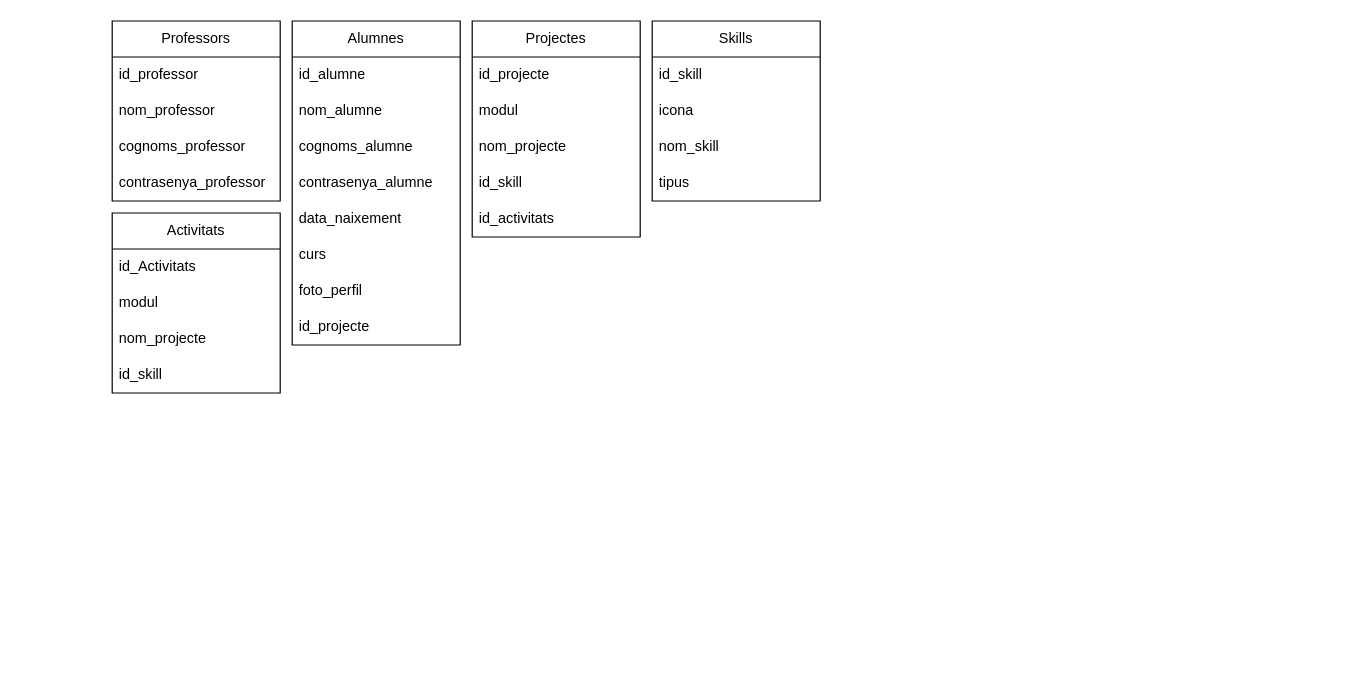
Before: Micro02-BBDD.drawio in MiguelGallardoRevaliente/Micro02, a draw.io diagram. Source tidied: cells renumbered, new cells numbered last; positions are measured from the earlier drawing's top-left corner, leaving out a move shared by most shapes. Both pictures are drawn from the tidied source at 120%, with x=0, y=0 at pixel (112, 20).
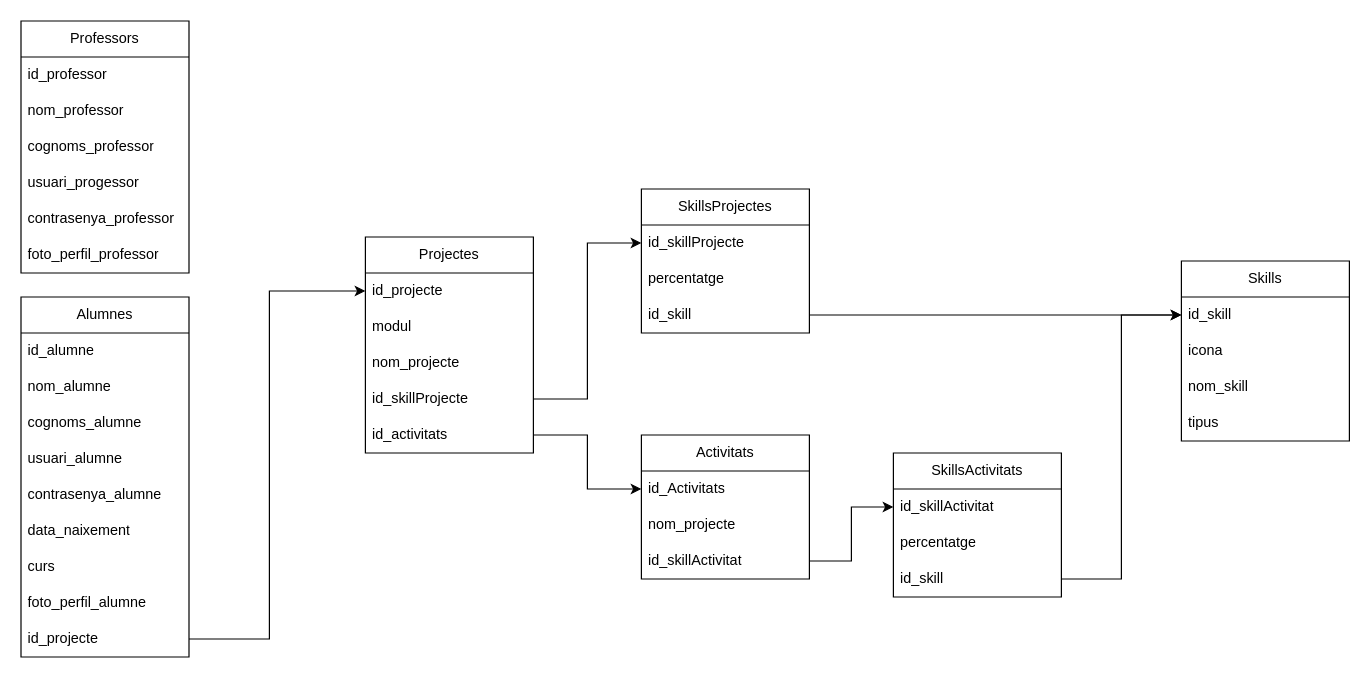
The same diagram, later.

Commit message (it also covers changes not shown here):
disseño "final" diagramas

The change refers to these unchanged cells:
```xml
<mxCell id="17" value="id_projecte" style="text;strokeColor=none;fillColor=none;align=left;verticalAlign=middle;spacingLeft=4;spacingRight=4;overflow=hidden;points=[[0,0.5],[1,0.5]];portConstraint=eastwest;whiteSpace=wrap;html=1;" parent="16" vertex="1">
  <mxGeometry y="30" width="140" height="30" as="geometry" />
</mxCell>
<mxCell id="21" value="id_activitats" style="text;strokeColor=none;fillColor=none;align=left;verticalAlign=middle;spacingLeft=4;spacingRight=4;overflow=hidden;points=[[0,0.5],[1,0.5]];portConstraint=eastwest;whiteSpace=wrap;html=1;" parent="16" vertex="1">
  <mxGeometry y="150" width="140" height="30" as="geometry" />
</mxCell>
<mxCell id="23" value="id_skill" style="text;strokeColor=none;fillColor=none;align=left;verticalAlign=middle;spacingLeft=4;spacingRight=4;overflow=hidden;points=[[0,0.5],[1,0.5]];portConstraint=eastwest;whiteSpace=wrap;html=1;" parent="22" vertex="1">
  <mxGeometry y="30" width="140" height="30" as="geometry" />
</mxCell>
<mxCell id="28" value="id_Activitats" style="text;strokeColor=none;fillColor=none;align=left;verticalAlign=middle;spacingLeft=4;spacingRight=4;overflow=hidden;points=[[0,0.5],[1,0.5]];portConstraint=eastwest;whiteSpace=wrap;html=1;" parent="27" vertex="1">
  <mxGeometry y="30" width="140" height="30" as="geometry" />
</mxCell>
```

Diff of the diagram source:
```diff
@@
     <mxCell id="2" value="Professors" style="swimlane;fontStyle=0;horizontal=1;startSize=30;whiteSpace=wrap;html=1;" parent="1" vertex="1">
-      <mxGeometry width="140" height="150" as="geometry" />
+      <mxGeometry x="-76" width="140" height="210" as="geometry" />
     </mxCell>
@@
+    <mxCell id="32" value="usuari_progessor" style="text;strokeColor=none;fillColor=none;align=left;verticalAlign=middle;spacingLeft=4;spacingRight=4;overflow=hidden;whiteSpace=wrap;html=1;" parent="2" vertex="1">
+      <mxGeometry y="120" width="140" height="30" as="geometry" />
+    </mxCell>
     <mxCell id="6" value="contrasenya_professor" style="text;strokeColor=none;fillColor=none;align=left;verticalAlign=middle;spacingLeft=4;spacingRight=4;overflow=hidden;whiteSpace=wrap;html=1;" parent="2" vertex="1">
-      <mxGeometry y="120" width="140" height="30" as="geometry" />
+      <mxGeometry y="150" width="140" height="30" as="geometry" />
     </mxCell>
+    <mxCell id="33" value="foto_perfil_professor" style="text;strokeColor=none;fillColor=none;align=left;verticalAlign=middle;spacingLeft=4;spacingRight=4;overflow=hidden;whiteSpace=wrap;html=1;" parent="2" vertex="1">
+      <mxGeometry y="180" width="140" height="30" as="geometry" />
+    </mxCell>
     <mxCell id="7" value="Alumnes" style="swimlane;fontStyle=0;horizontal=1;startSize=30;whiteSpace=wrap;html=1;" parent="1" vertex="1">
-      <mxGeometry x="150" width="140" height="270" as="geometry" />
+      <mxGeometry x="-76" y="230" width="140" height="300" as="geometry" />
     </mxCell>
@@
+    <mxCell id="34" value="usuari_alumne" style="text;strokeColor=none;fillColor=none;align=left;verticalAlign=middle;spacingLeft=4;spacingRight=4;overflow=hidden;whiteSpace=wrap;html=1;" parent="7" vertex="1">
+      <mxGeometry y="120" width="140" height="30" as="geometry" />
+    </mxCell>
     <mxCell id="11" value="contrasenya_alumne" style="text;strokeColor=none;fillColor=none;align=left;verticalAlign=middle;spacingLeft=4;spacingRight=4;overflow=hidden;whiteSpace=wrap;html=1;" parent="7" vertex="1">
-      <mxGeometry y="120" width="140" height="30" as="geometry" />
+      <mxGeometry y="150" width="140" height="30" as="geometry" />
     </mxCell>
     <mxCell id="12" value="data_naixement" style="text;strokeColor=none;fillColor=none;align=left;verticalAlign=middle;spacingLeft=4;spacingRight=4;overflow=hidden;whiteSpace=wrap;html=1;" parent="7" vertex="1">
-      <mxGeometry y="150" width="140" height="30" as="geometry" />
+      <mxGeometry y="180" width="140" height="30" as="geometry" />
     </mxCell>
     <mxCell id="13" value="curs" style="text;strokeColor=none;fillColor=none;align=left;verticalAlign=middle;spacingLeft=4;spacingRight=4;overflow=hidden;whiteSpace=wrap;html=1;" parent="7" vertex="1">
-      <mxGeometry y="180" width="140" height="30" as="geometry" />
+      <mxGeometry y="210" width="140" height="30" as="geometry" />
     </mxCell>
-    <mxCell id="14" value="foto_perfil" style="text;strokeColor=none;fillColor=none;align=left;verticalAlign=middle;spacingLeft=4;spacingRight=4;overflow=hidden;whiteSpace=wrap;html=1;" parent="7" vertex="1">
-      <mxGeometry y="210" width="140" height="30" as="geometry" />
+    <mxCell id="14" value="foto_perfil_alumne" style="text;strokeColor=none;fillColor=none;align=left;verticalAlign=middle;spacingLeft=4;spacingRight=4;overflow=hidden;whiteSpace=wrap;html=1;" parent="7" vertex="1">
+      <mxGeometry y="240" width="140" height="30" as="geometry" />
     </mxCell>
     <mxCell id="15" value="id_projecte" style="text;strokeColor=none;fillColor=none;align=left;verticalAlign=middle;spacingLeft=4;spacingRight=4;overflow=hidden;points=[[0,0.5],[1,0.5]];portConstraint=eastwest;whiteSpace=wrap;html=1;" parent="7" vertex="1">
-      <mxGeometry y="240" width="140" height="30" as="geometry" />
+      <mxGeometry y="270" width="140" height="30" as="geometry" />
     </mxCell>
     <mxCell id="16" value="Projectes" style="swimlane;fontStyle=0;horizontal=1;startSize=30;whiteSpace=wrap;html=1;" parent="1" vertex="1">
-      <mxGeometry x="300" width="140" height="180" as="geometry" />
+      <mxGeometry x="211" y="180" width="140" height="180" as="geometry" />
     </mxCell>
@@
-    <mxCell id="20" value="id_skill" style="text;strokeColor=none;fillColor=none;align=left;verticalAlign=middle;spacingLeft=4;spacingRight=4;overflow=hidden;points=[[0,0.5],[1,0.5]];portConstraint=eastwest;whiteSpace=wrap;html=1;" parent="16" vertex="1">
+    <mxCell id="20" value="id_skillProjecte" style="text;strokeColor=none;fillColor=none;align=left;verticalAlign=middle;spacingLeft=4;spacingRight=4;overflow=hidden;points=[[0,0.5],[1,0.5]];portConstraint=eastwest;whiteSpace=wrap;html=1;" parent="16" vertex="1">
       <mxGeometry y="120" width="140" height="30" as="geometry" />
     </mxCell>
@@
     <mxCell id="22" value="Skills" style="swimlane;fontStyle=0;horizontal=1;startSize=30;whiteSpace=wrap;html=1;" parent="1" vertex="1">
-      <mxGeometry x="450" width="140" height="150" as="geometry" />
+      <mxGeometry x="891" y="200" width="140" height="150" as="geometry" />
     </mxCell>
@@
     <mxCell id="27" value="Activitats" style="swimlane;fontStyle=0;horizontal=1;startSize=30;whiteSpace=wrap;html=1;" parent="1" vertex="1">
-      <mxGeometry y="160" width="140" height="150" as="geometry" />
+      <mxGeometry x="441" y="345" width="140" height="120" as="geometry" />
     </mxCell>
@@
-    <mxCell id="29" value="modul" style="text;strokeColor=none;fillColor=none;align=left;verticalAlign=middle;spacingLeft=4;spacingRight=4;overflow=hidden;whiteSpace=wrap;html=1;" parent="27" vertex="1">
-      <mxGeometry y="60" width="140" height="30" as="geometry" />
-    </mxCell>
     <mxCell id="30" value="nom_projecte" style="text;strokeColor=none;fillColor=none;align=left;verticalAlign=middle;spacingLeft=4;spacingRight=4;overflow=hidden;whiteSpace=wrap;html=1;" parent="27" vertex="1">
-      <mxGeometry y="90" width="140" height="30" as="geometry" />
+      <mxGeometry y="60" width="140" height="30" as="geometry" />
     </mxCell>
-    <mxCell id="31" value="id_skill" style="text;strokeColor=none;fillColor=none;align=left;verticalAlign=middle;spacingLeft=4;spacingRight=4;overflow=hidden;points=[[0,0.5],[1,0.5]];portConstraint=eastwest;whiteSpace=wrap;html=1;" parent="27" vertex="1">
-      <mxGeometry y="120" width="140" height="30" as="geometry" />
+    <mxCell id="31" value="id_skillActivitat" style="text;strokeColor=none;fillColor=none;align=left;verticalAlign=middle;spacingLeft=4;spacingRight=4;overflow=hidden;points=[[0,0.5],[1,0.5]];portConstraint=eastwest;whiteSpace=wrap;html=1;" parent="27" vertex="1">
+      <mxGeometry y="90" width="140" height="30" as="geometry" />
     </mxCell>
+    <mxCell id="35" value="SkillsProjectes" style="swimlane;fontStyle=0;horizontal=1;startSize=30;whiteSpace=wrap;html=1;" parent="1" vertex="1">
+      <mxGeometry x="441" y="140" width="140" height="120" as="geometry" />
+    </mxCell>
+    <mxCell id="36" value="id_skillProjecte" style="text;strokeColor=none;fillColor=none;align=left;verticalAlign=middle;spacingLeft=4;spacingRight=4;overflow=hidden;points=[[0,0.5],[1,0.5]];portConstraint=eastwest;whiteSpace=wrap;html=1;" parent="35" vertex="1">
+      <mxGeometry y="30" width="140" height="30" as="geometry" />
+    </mxCell>
+    <mxCell id="37" value="percentatge" style="text;strokeColor=none;fillColor=none;align=left;verticalAlign=middle;spacingLeft=4;spacingRight=4;overflow=hidden;whiteSpace=wrap;html=1;" parent="35" vertex="1">
+      <mxGeometry y="60" width="140" height="30" as="geometry" />
+    </mxCell>
+    <mxCell id="38" value="id_skill" style="text;strokeColor=none;fillColor=none;align=left;verticalAlign=middle;spacingLeft=4;spacingRight=4;overflow=hidden;points=[[0,0.5],[1,0.5]];portConstraint=eastwest;whiteSpace=wrap;html=1;" parent="35" vertex="1">
+      <mxGeometry y="90" width="140" height="30" as="geometry" />
+    </mxCell>
+    <mxCell id="39" value="SkillsActivitats" style="swimlane;fontStyle=0;horizontal=1;startSize=30;whiteSpace=wrap;html=1;" parent="1" vertex="1">
+      <mxGeometry x="651" y="360" width="140" height="120" as="geometry" />
+    </mxCell>
+    <mxCell id="40" value="id_skillActivitat" style="text;strokeColor=none;fillColor=none;align=left;verticalAlign=middle;spacingLeft=4;spacingRight=4;overflow=hidden;points=[[0,0.5],[1,0.5]];portConstraint=eastwest;whiteSpace=wrap;html=1;" parent="39" vertex="1">
+      <mxGeometry y="30" width="140" height="30" as="geometry" />
+    </mxCell>
+    <mxCell id="41" value="percentatge" style="text;strokeColor=none;fillColor=none;align=left;verticalAlign=middle;spacingLeft=4;spacingRight=4;overflow=hidden;whiteSpace=wrap;html=1;" parent="39" vertex="1">
+      <mxGeometry y="60" width="140" height="30" as="geometry" />
+    </mxCell>
+    <mxCell id="42" value="id_skill" style="text;strokeColor=none;fillColor=none;align=left;verticalAlign=middle;spacingLeft=4;spacingRight=4;overflow=hidden;points=[[0,0.5],[1,0.5]];portConstraint=eastwest;whiteSpace=wrap;html=1;" parent="39" vertex="1">
+      <mxGeometry y="90" width="140" height="30" as="geometry" />
+    </mxCell>
+    <mxCell id="43" style="edgeStyle=orthogonalEdgeStyle;rounded=0;jettySize=auto;html=1;entryX=0;entryY=0.5;entryDx=0;entryDy=0;" parent="1" edge="1" source="15" target="17">
+      <mxGeometry relative="1" as="geometry">
+        <Array as="points">
+          <mxPoint x="131" y="515" />
+          <mxPoint x="131" y="225" />
+        </Array>
+      </mxGeometry>
+    </mxCell>
+    <mxCell id="44" style="edgeStyle=orthogonalEdgeStyle;rounded=0;jettySize=auto;html=1;entryX=0;entryY=0.5;entryDx=0;entryDy=0;" parent="1" edge="1" source="21" target="28">
+      <mxGeometry relative="1" as="geometry" />
+    </mxCell>
+    <mxCell id="45" style="edgeStyle=orthogonalEdgeStyle;rounded=0;jettySize=auto;html=1;entryX=0;entryY=0.5;entryDx=0;entryDy=0;" parent="1" edge="1" source="20" target="36">
+      <mxGeometry relative="1" as="geometry" />
+    </mxCell>
+    <mxCell id="46" style="edgeStyle=orthogonalEdgeStyle;rounded=0;jettySize=auto;html=1;entryX=0;entryY=0.5;entryDx=0;entryDy=0;" parent="1" edge="1" source="31" target="40">
+      <mxGeometry relative="1" as="geometry" />
+    </mxCell>
+    <mxCell id="47" style="edgeStyle=orthogonalEdgeStyle;rounded=0;jettySize=auto;html=1;entryX=0;entryY=0.5;entryDx=0;entryDy=0;" parent="1" edge="1" source="42" target="23">
+      <mxGeometry relative="1" as="geometry" />
+    </mxCell>
+    <mxCell id="48" style="edgeStyle=orthogonalEdgeStyle;rounded=0;jettySize=auto;html=1;" parent="1" edge="1" source="38" target="23">
+      <mxGeometry relative="1" as="geometry" />
+    </mxCell>
```
